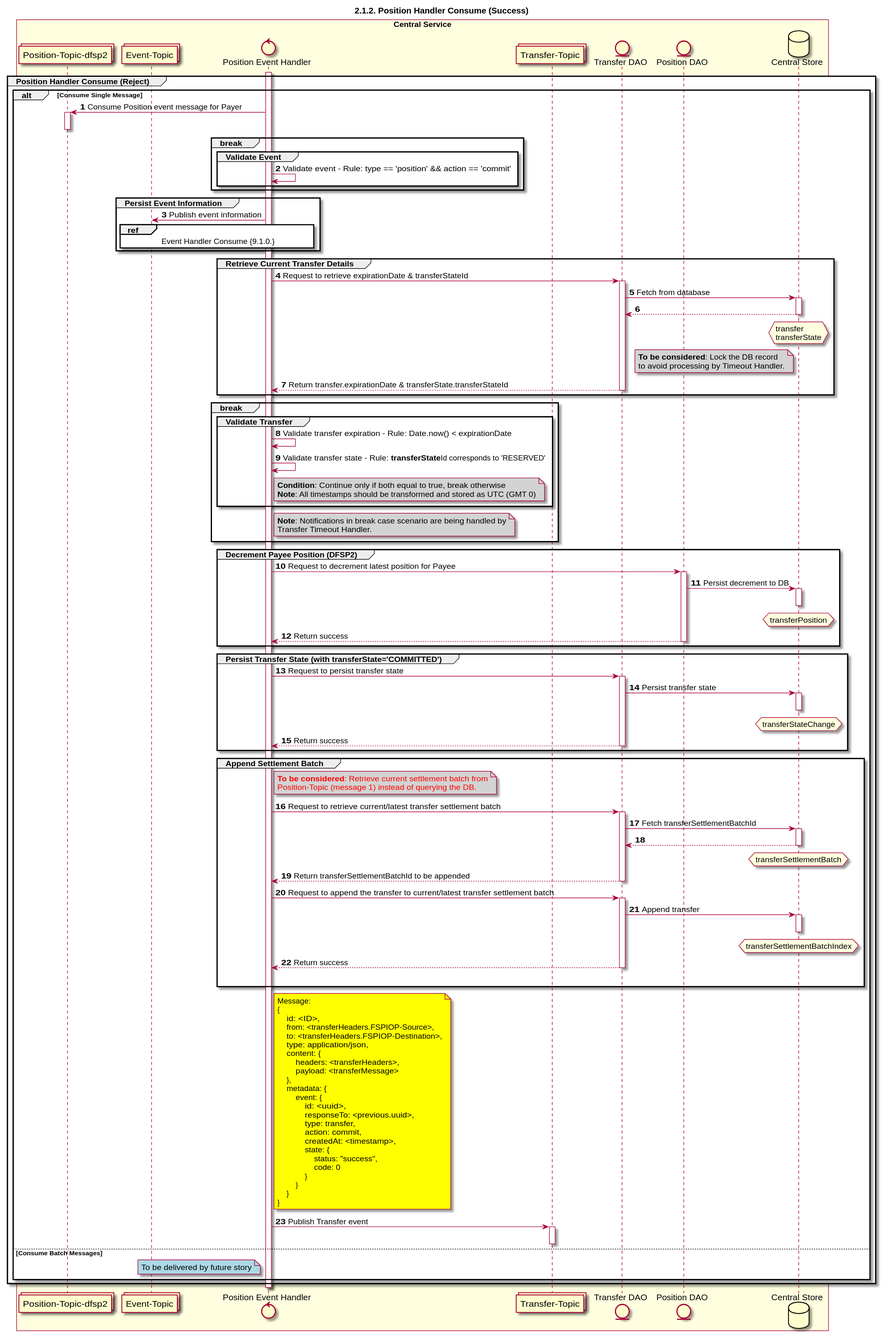
Earlier version of the PlantUML export CentralServices/seq_diagrams/seq-fulfil-2.1.2.svg (ggrg/docs).
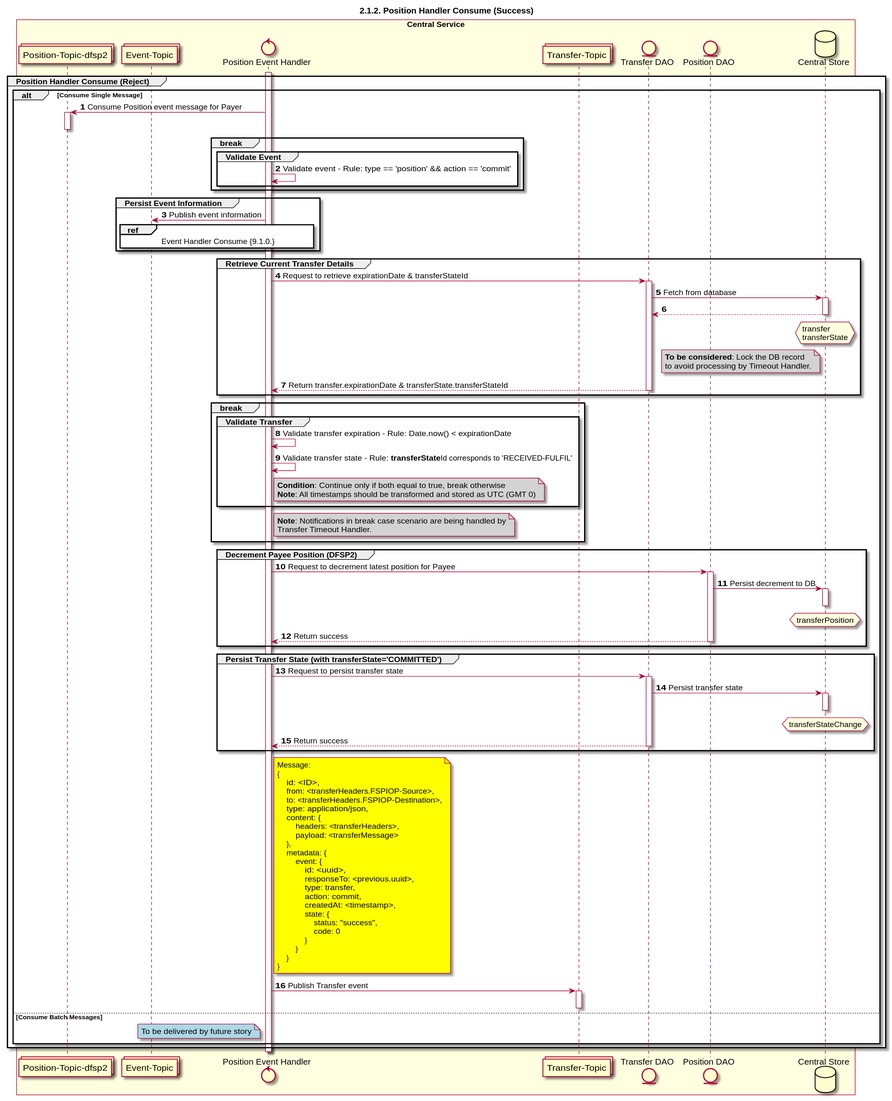
After the commit.

Change to the diagram source:
```diff
@@ -62,7 +62,7 @@
         break
             group Validate Transfer
                 POS_HANDLER <-> POS_HANDLER: Validate transfer expiration - Rule: Date.now() < expirationDate
-                POS_HANDLER <-> POS_HANDLER: Validate transfer state - Rule: **transferState**Id corresponds to 'RESERVED'
+                POS_HANDLER <-> POS_HANDLER: Validate transfer state - Rule: **transferState**Id corresponds to 'RECEIVED-FULFIL'
                 note right of POS_HANDLER #lightgray
                     **Condition**: Continue only if both equal to true, break otherwise
                     **Note**: All timestamps should be transformed and stored as UTC (GMT 0)
@@ -98,36 +98,6 @@
             end note
             TRANS_DAO --> POS_HANDLER: Return success
             deactivate TRANS_DAO
-        end
-
-        group Append Settlement Batch
-            note right of POS_HANDLER #lightgray
-                <color #FF0000>**To be considered**: Retrieve current settlement batch from</color>
-                <color #FF0000>Position-Topic (message 1) instead of querying the DB.</color>
-            end note
-            POS_HANDLER -> TRANS_DAO: Request to retrieve current/latest transfer settlement batch
-            activate TRANS_DAO
-            TRANS_DAO -> DB: Fetch transferSettlementBatchId
-            activate DB
-            DB --> TRANS_DAO
-            deactivate DB
-            hnote over DB #lightyellow
-                transferSettlementBatch
-            end note
-            POS_HANDLER <-- TRANS_DAO: Return transferSettlementBatchId to be appended
-            deactivate TRANS_DAO
-
-            POS_HANDLER -> TRANS_DAO: Request to append the transfer to current/latest transfer settlement batch
-            activate TRANS_DAO
-            TRANS_DAO -> DB: Append transfer
-            activate DB
-            deactivate DB
-            hnote over DB #lightyellow
-                transferSettlementBatchIndex
-            end note
-            POS_HANDLER <-- TRANS_DAO: Return success
-            deactivate TRANS_DAO
-            |||
         end
 
         note right of POS_HANDLER #yellow
```
